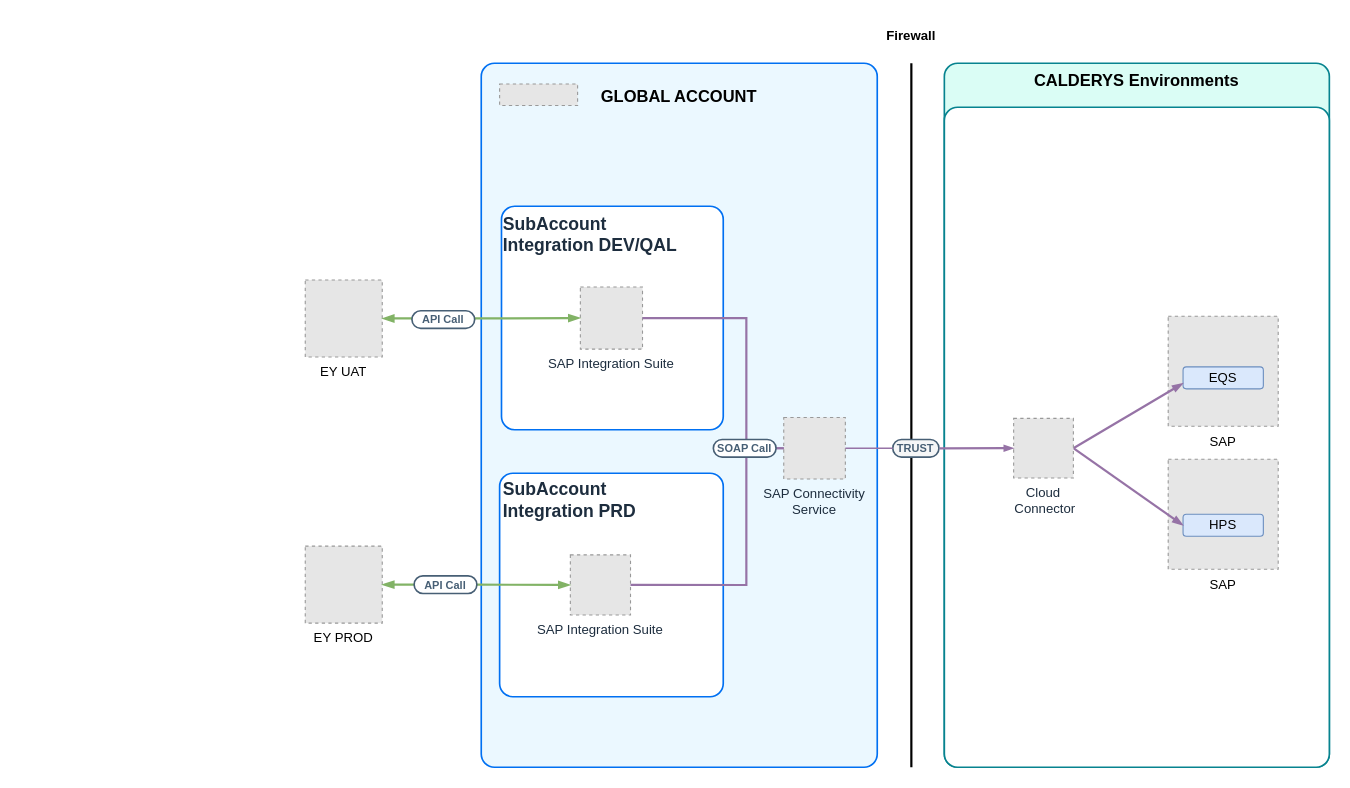
Above: TEMPLATE.drawio in MikaPaP/BTP_ArchiIS (draw.io), before the change. Source tidied: cells renumbered, new cells numbered last; positions are measured from the earlier drawing's top-left corner, leaving out a move shared by most shapes. Both pictures are drawn from the tidied source at 110%, with x=0, y=0 at pixel (305, 19). Pictures stored in the file or linked from it are replaced by grey dashed boxes.
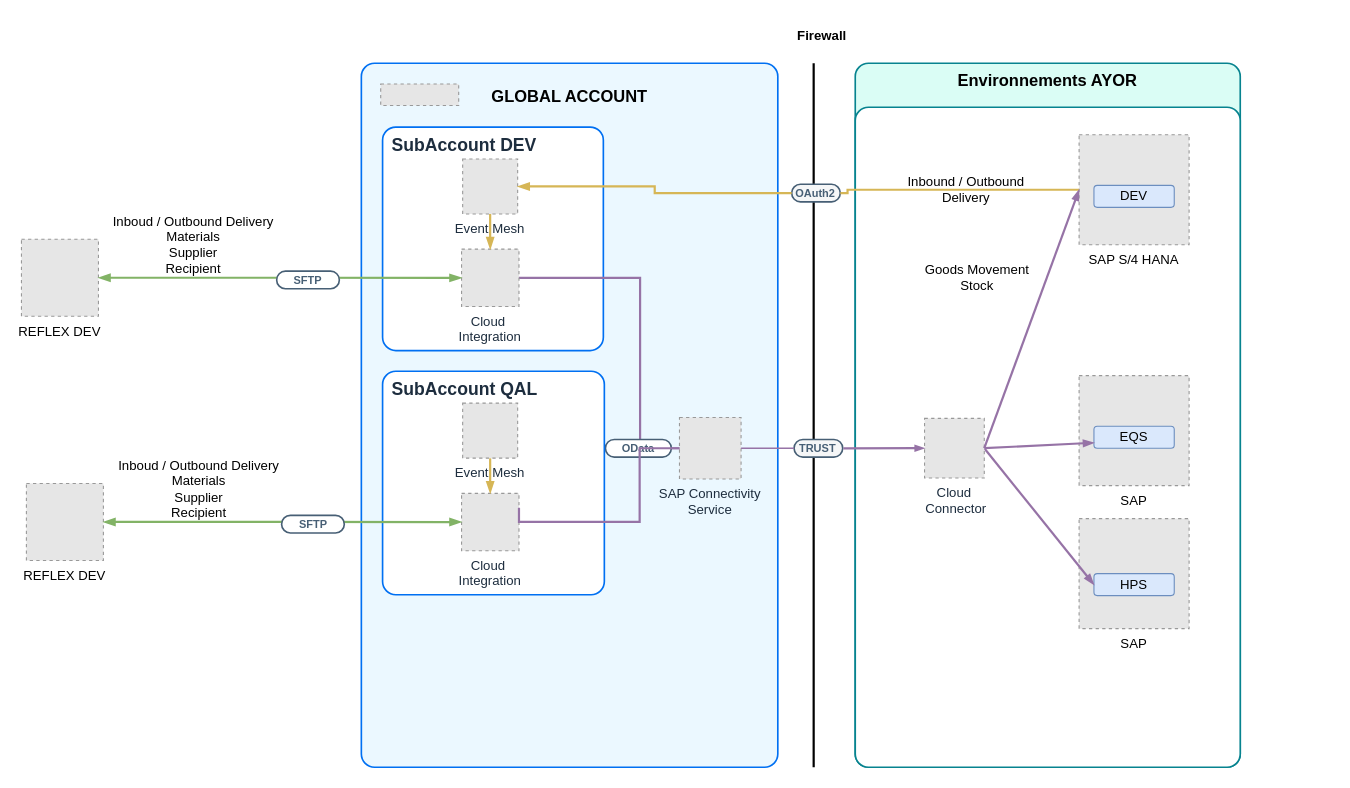
Above is the later version.

The edit, as a diff of the source:
```diff
@@
-    <mxCell id="2" value="CALDERYS Environments" style="rounded=1;whiteSpace=wrap;html=1;strokeColor=#07838f;fillColor=#dafdf5;arcSize=24;absoluteArcSize=1;imageWidth=64;imageHeight=64;strokeWidth=1.5;verticalAlign=top;fontSize=15;fontStyle=1;" parent="1" vertex="1">
-      <mxGeometry x="581" y="40" width="350" height="640" as="geometry" />
-    </mxCell>
-    <mxCell id="3" style="rounded=1;whiteSpace=wrap;html=1;strokeColor=#07838f;fillColor=#FFFFFF;arcSize=24;absoluteArcSize=1;imageWidth=64;imageHeight=64;strokeWidth=1.5;" parent="1" vertex="1">
-      <mxGeometry x="581" y="80" width="350" height="600" as="geometry" />
-    </mxCell>
-    <mxCell id="4" value="EY UAT" style="fillColor=#E6E6E6;strokeColor=#999999;dashed=1;verticalLabelPosition=bottom;verticalAlign=top;" parent="1" vertex="1">
-      <mxGeometry y="237" width="70" height="70" as="geometry" />
-    </mxCell>
-    <mxCell id="5" value="EY PROD" style="fillColor=#E6E6E6;strokeColor=#999999;dashed=1;verticalLabelPosition=bottom;verticalAlign=top;" parent="1" vertex="1">
-      <mxGeometry y="479" width="70" height="70" as="geometry" />
-    </mxCell>
-    <mxCell id="6" value="SAP" style="fillColor=#E6E6E6;strokeColor=#999999;dashed=1;verticalLabelPosition=bottom;verticalAlign=top;" parent="1" vertex="1">
-      <mxGeometry x="784.5" y="270" width="100" height="100" as="geometry" />
-    </mxCell>
-    <mxCell id="7" value="EQS" style="rounded=1;whiteSpace=wrap;html=1;fillColor=#dae8fc;strokeColor=#6c8ebf;" parent="1" vertex="1">
-      <mxGeometry x="798" y="316" width="73" height="20" as="geometry" />
-    </mxCell>
-    <mxCell id="8" value="SAP" style="fillColor=#E6E6E6;strokeColor=#999999;dashed=1;verticalLabelPosition=bottom;verticalAlign=top;" parent="1" vertex="1">
-      <mxGeometry x="784.5" y="400" width="100" height="100" as="geometry" />
-    </mxCell>
-    <mxCell id="9" value="HPS" style="rounded=1;whiteSpace=wrap;html=1;fillColor=#dae8fc;strokeColor=#6c8ebf;" parent="1" vertex="1">
-      <mxGeometry x="798" y="450" width="73" height="20" as="geometry" />
-    </mxCell>
     <mxCell id="10" style="group;arcSize=24;" parent="1" vertex="1">
-      <mxGeometry x="160" y="40" width="543" height="640" as="geometry" />
+      <mxGeometry x="51" y="40" width="571" height="640" as="geometry" />
     </mxCell>
     <mxCell id="11" value="&lt;p style=&quot;line-height: 100%; font-size: 15px;&quot;&gt;&lt;/p&gt;&lt;h1 style=&quot;font-size: 15px;&quot;&gt;&lt;b style=&quot;font-size: 15px;&quot;&gt;GLOBAL ACCOUNT&lt;/b&gt;&lt;/h1&gt;&lt;p style=&quot;font-size: 15px;&quot;&gt;&lt;/p&gt;" style="rounded=1;whiteSpace=wrap;html=1;strokeColor=#0070F2;fillColor=#EBF8FF;arcSize=24;absoluteArcSize=1;imageWidth=64;imageHeight=64;strokeWidth=1.5;verticalAlign=top;fontSize=15;" parent="10" vertex="1">
-      <mxGeometry width="360" height="640" as="geometry" />
+      <mxGeometry width="378.6" height="640" as="geometry" />
     </mxCell>
+    <mxCell id="15" value="&lt;font face=&quot;arial&quot; style=&quot;color: rgb(29, 45, 62); text-wrap-mode: nowrap; font-size: 16px;&quot;&gt;&lt;b&gt;SubAccount DEV&lt;/b&gt;&lt;/font&gt;" style="rounded=1;whiteSpace=wrap;html=1;strokeColor=#0070F2;strokeWidth=1.5;arcSize=24;fillColor=#FFFFFF;perimeterSpacing=0;absoluteArcSize=1;verticalAlign=top;align=left;spacingTop=0;spacingLeft=7;" parent="10" vertex="1">
+      <mxGeometry x="19.3" y="58" width="200.7" height="203.2" as="geometry" />
+    </mxCell>
     <mxCell id="12" style="fillColor=#E6E6E6;strokeColor=#999999;dashed=1;verticalLabelPosition=bottom;labelBackgroundColor=default;verticalAlign=top;" parent="10" vertex="1">
-      <mxGeometry x="16.7" y="18.8" width="70.9" height="19.6" as="geometry" />
+      <mxGeometry x="17.6" y="18.8" width="70.9" height="19.6" as="geometry" />
     </mxCell>
-    <mxCell id="13" style="rounded=1;whiteSpace=wrap;html=1;strokeColor=#0070F2;strokeWidth=1.5;arcSize=24;fillColor=#FFFFFF;perimeterSpacing=0;absoluteArcSize=1;" parent="10" vertex="1">
-      <mxGeometry x="16.7" y="372.7" width="203.3" height="203.2" as="geometry" />
-    </mxCell>
-    <mxCell id="14" value="&lt;font face=&quot;arial&quot; style=&quot;font-size: 16px;&quot;&gt;&lt;b style=&quot;font-size: 16px;&quot;&gt;SubAccount&lt;/b&gt;&lt;/font&gt;&lt;div&gt;&lt;font face=&quot;arial&quot; style=&quot;font-size: 16px;&quot;&gt;&lt;b style=&quot;font-size: 16px;&quot;&gt;Integration PRD&lt;/b&gt;&lt;/font&gt;&lt;/div&gt;" style="text;html=1;align=left;verticalAlign=middle;strokeColor=none;fillColor=none;fontSize=12;fontColor=#1d2d3e;fontFamily=Helvetica;" parent="10" vertex="1">
-      <mxGeometry x="18" y="372.1" width="140" height="50" as="geometry" />
-    </mxCell>
-    <mxCell id="15" value="&lt;font face=&quot;arial&quot; style=&quot;color: rgb(29, 45, 62); text-wrap-mode: nowrap; font-size: 16px;&quot;&gt;&lt;b&gt;SubAccount&lt;/b&gt;&lt;/font&gt;&lt;div style=&quot;color: rgb(29, 45, 62); text-wrap-mode: nowrap;&quot;&gt;&lt;font face=&quot;arial&quot; style=&quot;font-size: 16px;&quot;&gt;&lt;b&gt;Integration DEV/QAL&lt;/b&gt;&lt;/font&gt;&lt;/div&gt;" style="rounded=1;whiteSpace=wrap;html=1;strokeColor=#0070F2;strokeWidth=1.5;arcSize=24;fillColor=#FFFFFF;perimeterSpacing=0;absoluteArcSize=1;verticalAlign=top;align=left;" parent="10" vertex="1">
-      <mxGeometry x="18.4" y="130" width="201.6" height="203.2" as="geometry" />
-    </mxCell>
-    <mxCell id="16" value="SAP Integration Suite" style="fillColor=#E6E6E6;strokeColor=#999999;dashed=1;verticalLabelPosition=bottom;verticalAlign=top;fontStyle=0;fontSize=12;fontColor=#1D2D3E;" parent="10" vertex="1">
-      <mxGeometry x="81" y="446.9" width="54.7" height="54.7" as="geometry" />
-    </mxCell>
-    <mxCell id="17" value="SAP Integration Suite" style="fillColor=#E6E6E6;strokeColor=#999999;dashed=1;verticalLabelPosition=bottom;verticalAlign=top;fontStyle=0;fontSize=12;fontColor=#1D2D3E;" parent="10" vertex="1">
-      <mxGeometry x="90.1" y="203.4" width="56.5" height="56.5" as="geometry" />
-    </mxCell>
     <mxCell id="18" value="SAP Connectivity&#10;Service" style="fillColor=#E6E6E6;strokeColor=#999999;dashed=1;verticalLabelPosition=bottom;verticalAlign=top;fontStyle=0;fontSize=12;fontColor=#1D2D3E;" parent="10" vertex="1">
-      <mxGeometry x="275" y="322" width="56" height="56" as="geometry" />
+      <mxGeometry x="289.2" y="322" width="56" height="56" as="geometry" />
     </mxCell>
     <mxCell id="19" style="edgeStyle=none;orthogonalLoop=1;jettySize=auto;html=1;rounded=0;endArrow=none;endFill=0;strokeWidth=2;" parent="10" edge="1">
       <mxGeometry relative="1" as="geometry">
-        <mxPoint x="391" as="sourcePoint" />
-        <mxPoint x="391" y="640" as="targetPoint" />
+        <mxPoint x="411.2" as="sourcePoint" />
+        <mxPoint x="411.2" y="640" as="targetPoint" />
       </mxGeometry>
     </mxCell>
     <mxCell id="20" value="&lt;p style=&quot;line-height: 114%;&quot;&gt;&lt;font color=&quot;#475f75&quot; size=&quot;1&quot;&gt;&lt;b style=&quot;&quot;&gt;TRUST&lt;/b&gt;&lt;/font&gt;&lt;/p&gt;" style="rounded=1;whiteSpace=wrap;html=1;arcSize=50;strokeColor=#475f75;fillColor=#f5f6f7;fontColor=#266f3a;strokeWidth=1.5;" parent="10" vertex="1">
-      <mxGeometry x="374.1" y="342" width="42" height="16" as="geometry" />
+      <mxGeometry x="393.4" y="342" width="44.2" height="16" as="geometry" />
     </mxCell>
@@
-    <mxCell id="22" style="edgeStyle=orthogonalEdgeStyle;rounded=0;jettySize=auto;html=1;exitX=1;exitY=0.5;exitDx=0;exitDy=0;exitPerimeter=0;entryX=0;entryY=0.5;entryDx=0;entryDy=0;entryPerimeter=0;strokeColor=#9673a6;strokeWidth=2;endArrow=none;endFill=0;fillColor=#e1d5e7;" parent="10" edge="1" source="17" target="18">
+    <mxCell id="22" style="edgeStyle=orthogonalEdgeStyle;rounded=0;jettySize=auto;html=1;entryX=0;entryY=0.5;entryDx=0;entryDy=0;entryPerimeter=0;strokeColor=#9673a6;strokeWidth=2;endArrow=none;endFill=0;fillColor=#e1d5e7;exitX=1;exitY=0.5;exitDx=0;exitDy=0;exitPerimeter=0;" parent="10" edge="1" source="34" target="18">
       <mxGeometry relative="1" as="geometry">
         <Array as="points">
-          <mxPoint x="241" y="232" />
-          <mxPoint x="241" y="350" />
+          <mxPoint x="253.4" y="195" />
+          <mxPoint x="253.4" y="350" />
         </Array>
       </mxGeometry>
     </mxCell>
-    <mxCell id="23" style="edgeStyle=orthogonalEdgeStyle;rounded=0;jettySize=auto;html=1;exitX=1;exitY=0.5;exitDx=0;exitDy=0;exitPerimeter=0;entryX=0;entryY=0.5;entryDx=0;entryDy=0;entryPerimeter=0;strokeColor=#9673a6;strokeWidth=2;endArrow=none;endFill=0;fillColor=#e1d5e7;" parent="10" edge="1" source="16" target="18">
-      <mxGeometry relative="1" as="geometry">
-        <Array as="points">
-          <mxPoint x="241" y="474" />
-          <mxPoint x="241" y="350" />
-        </Array>
-      </mxGeometry>
-    </mxCell>
-    <mxCell id="24" value="&lt;font color=&quot;#475f75&quot; size=&quot;1&quot;&gt;&lt;b style=&quot;&quot;&gt;SOAP Call&lt;/b&gt;&lt;/font&gt;" style="rounded=1;whiteSpace=wrap;html=1;arcSize=50;strokeColor=#475f75;fillColor=default;strokeWidth=1.5;" parent="10" vertex="1">
-      <mxGeometry x="211" y="342" width="57" height="16" as="geometry" />
+    <mxCell id="24" value="&lt;font color=&quot;#475f75&quot; size=&quot;1&quot;&gt;&lt;b style=&quot;&quot;&gt;OData&lt;/b&gt;&lt;/font&gt;" style="rounded=1;whiteSpace=wrap;html=1;arcSize=50;strokeColor=#475f75;fillColor=default;strokeWidth=1.5;" parent="10" vertex="1">
+      <mxGeometry x="221.9" y="342" width="59.9" height="16" as="geometry" />
     </mxCell>
+    <mxCell id="34" value="Cloud &#10;Integration" style="fillColor=#E6E6E6;strokeColor=#999999;dashed=1;verticalLabelPosition=bottom;verticalAlign=top;fontStyle=0;fontSize=12;fontColor=#1D2D3E;" parent="10" vertex="1">
+      <mxGeometry x="91.1" y="169" width="52.2" height="52.2" as="geometry" />
+    </mxCell>
+    <mxCell id="35" style="edgeStyle=orthogonalEdgeStyle;rounded=0;jettySize=auto;html=1;fillColor=#fff2cc;strokeColor=#d6b656;strokeWidth=2;endArrow=blockThin;endFill=1;" parent="10" edge="1" source="36" target="34">
+      <mxGeometry relative="1" as="geometry" />
+    </mxCell>
+    <mxCell id="36" value="Event Mesh" style="fillColor=#E6E6E6;strokeColor=#999999;dashed=1;verticalLabelPosition=bottom;verticalAlign=top;fontStyle=0;fontSize=12;fontColor=#1D2D3E;" parent="10" vertex="1">
+      <mxGeometry x="92.1" y="87" width="50" height="50" as="geometry" />
+    </mxCell>
+    <mxCell id="37" value="&lt;p style=&quot;line-height: 114%;&quot;&gt;&lt;font color=&quot;#475f75&quot; size=&quot;1&quot;&gt;&lt;b style=&quot;&quot;&gt;OAuth2&lt;/b&gt;&lt;/font&gt;&lt;/p&gt;" style="rounded=1;whiteSpace=wrap;html=1;arcSize=50;strokeColor=#475f75;fillColor=#f5f6f7;fontColor=#266f3a;strokeWidth=1.5;" parent="10" vertex="1">
+      <mxGeometry x="391.2" y="110" width="44.2" height="16" as="geometry" />
+    </mxCell>
+    <mxCell id="38" style="edgeStyle=orthogonalEdgeStyle;rounded=0;jettySize=auto;html=1;exitX=0;exitY=0.5;exitDx=0;exitDy=0;entryX=1;entryY=0.5;entryDx=0;entryDy=0;entryPerimeter=0;fillColor=#fff2cc;strokeColor=#d6b656;strokeWidth=2;endArrow=blockThin;endFill=1;" parent="10" edge="1" source="37" target="36">
+      <mxGeometry relative="1" as="geometry" />
+    </mxCell>
+    <mxCell id="39" value="&lt;font face=&quot;arial&quot; style=&quot;color: rgb(29, 45, 62); text-wrap-mode: nowrap; font-size: 16px;&quot;&gt;&lt;b&gt;SubAccount QAL&lt;/b&gt;&lt;/font&gt;" style="rounded=1;whiteSpace=wrap;html=1;strokeColor=#0070F2;strokeWidth=1.5;arcSize=24;fillColor=#FFFFFF;perimeterSpacing=0;absoluteArcSize=1;verticalAlign=top;align=left;spacingTop=0;spacingLeft=7;" parent="10" vertex="1">
+      <mxGeometry x="19.3" y="280" width="201.6" height="203.2" as="geometry" />
+    </mxCell>
+    <mxCell id="2" value="Environnements AYOR" style="rounded=1;whiteSpace=wrap;html=1;strokeColor=#07838f;fillColor=#dafdf5;arcSize=24;absoluteArcSize=1;imageWidth=64;imageHeight=64;strokeWidth=1.5;verticalAlign=top;fontSize=15;fontStyle=1;" parent="1" vertex="1">
+      <mxGeometry x="500" y="40" width="350" height="640" as="geometry" />
+    </mxCell>
+    <mxCell id="3" style="rounded=1;whiteSpace=wrap;html=1;strokeColor=#07838f;fillColor=#FFFFFF;arcSize=24;absoluteArcSize=1;imageWidth=64;imageHeight=64;strokeWidth=1.5;" parent="1" vertex="1">
+      <mxGeometry x="500" y="80" width="350" height="600" as="geometry" />
+    </mxCell>
+    <mxCell id="4" value="REFLEX DEV" style="fillColor=#E6E6E6;strokeColor=#999999;dashed=1;verticalLabelPosition=bottom;verticalAlign=top;" parent="1" vertex="1">
+      <mxGeometry x="-258" y="200" width="70" height="70" as="geometry" />
+    </mxCell>
+    <mxCell id="6" value="SAP" style="fillColor=#E6E6E6;strokeColor=#999999;dashed=1;verticalLabelPosition=bottom;verticalAlign=top;" parent="1" vertex="1">
+      <mxGeometry x="703.5" y="324" width="100" height="100" as="geometry" />
+    </mxCell>
+    <mxCell id="7" value="EQS" style="rounded=1;whiteSpace=wrap;html=1;fillColor=#dae8fc;strokeColor=#6c8ebf;" parent="1" vertex="1">
+      <mxGeometry x="717" y="370" width="73" height="20" as="geometry" />
+    </mxCell>
+    <mxCell id="8" value="SAP" style="fillColor=#E6E6E6;strokeColor=#999999;dashed=1;verticalLabelPosition=bottom;verticalAlign=top;" parent="1" vertex="1">
+      <mxGeometry x="703.5" y="454" width="100" height="100" as="geometry" />
+    </mxCell>
+    <mxCell id="9" value="HPS" style="rounded=1;whiteSpace=wrap;html=1;fillColor=#dae8fc;strokeColor=#6c8ebf;" parent="1" vertex="1">
+      <mxGeometry x="717" y="504" width="73" height="20" as="geometry" />
+    </mxCell>
@@
     <mxCell id="27" value="Firewall" style="text;strokeColor=none;align=center;fillColor=none;html=1;verticalAlign=middle;whiteSpace=wrap;rounded=0;fontStyle=1;" parent="1" vertex="1">
-      <mxGeometry x="521" width="60" height="30" as="geometry" />
+      <mxGeometry x="440" width="60" height="30" as="geometry" />
     </mxCell>
     <mxCell id="28" value="Cloud&#10; Connector" style="fillColor=#E6E6E6;strokeColor=#999999;dashed=1;verticalLabelPosition=bottom;verticalAlign=top;fontStyle=0;fontSize=12;fontColor=#1D2D3E;" parent="1" vertex="1">
-      <mxGeometry x="644" y="362.8" width="54.3" height="54.3" as="geometry" />
+      <mxGeometry x="563" y="362.8" width="54.3" height="54.3" as="geometry" />
     </mxCell>
@@
-    <mxCell id="30" style="edgeStyle=orthogonalEdgeStyle;rounded=0;jettySize=auto;html=1;exitX=1;exitY=0.5;exitDx=0;exitDy=0;entryX=0;entryY=0.5;entryDx=0;entryDy=0;entryPerimeter=0;strokeWidth=2;endArrow=blockThin;endFill=1;strokeColor=#82b366;startArrow=blockThin;startFill=1;fillColor=#d5e8d4;" parent="1" edge="1" source="4" target="17">
+    <mxCell id="30" style="edgeStyle=orthogonalEdgeStyle;rounded=0;jettySize=auto;html=1;exitX=1;exitY=0.5;exitDx=0;exitDy=0;entryX=0;entryY=0.5;entryDx=0;entryDy=0;entryPerimeter=0;strokeWidth=2;endArrow=blockThin;endFill=1;strokeColor=#82b366;startArrow=blockThin;startFill=1;fillColor=#d5e8d4;" parent="1" edge="1" source="4" target="34">
       <mxGeometry relative="1" as="geometry" />
     </mxCell>
-    <mxCell id="31" style="edgeStyle=orthogonalEdgeStyle;rounded=0;jettySize=auto;html=1;exitX=1;exitY=0.5;exitDx=0;exitDy=0;entryX=0;entryY=0.5;entryDx=0;entryDy=0;entryPerimeter=0;strokeWidth=2;strokeColor=#82b366;endArrow=blockThin;endFill=1;startArrow=blockThin;startFill=1;fillColor=#d5e8d4;" parent="1" edge="1" source="5" target="16">
-      <mxGeometry relative="1" as="geometry" />
-    </mxCell>
-    <mxCell id="32" value="&lt;font color=&quot;#475f75&quot; size=&quot;1&quot;&gt;&lt;b style=&quot;&quot;&gt;API Call&lt;/b&gt;&lt;/font&gt;" style="rounded=1;whiteSpace=wrap;html=1;arcSize=50;strokeColor=#475f75;fillColor=default;strokeWidth=1.5;" parent="1" vertex="1">
-      <mxGeometry x="97" y="265" width="57" height="16" as="geometry" />
+    <mxCell id="32" value="&lt;font color=&quot;#475f75&quot; size=&quot;1&quot;&gt;&lt;b style=&quot;&quot;&gt;SFTP&lt;/b&gt;&lt;/font&gt;" style="rounded=1;whiteSpace=wrap;html=1;arcSize=50;strokeColor=#475f75;fillColor=default;strokeWidth=1.5;" parent="1" vertex="1">
+      <mxGeometry x="-26" y="229" width="57" height="16" as="geometry" />
     </mxCell>
-    <mxCell id="33" value="&lt;font color=&quot;#475f75&quot; size=&quot;1&quot;&gt;&lt;b style=&quot;&quot;&gt;API Call&lt;/b&gt;&lt;/font&gt;" style="rounded=1;whiteSpace=wrap;html=1;arcSize=50;strokeColor=#475f75;fillColor=default;strokeWidth=1.5;" parent="1" vertex="1">
-      <mxGeometry x="99" y="506" width="57" height="16" as="geometry" />
-    </mxCell>
+    <mxCell id="40" value="SAP S/4 HANA" style="fillColor=#E6E6E6;strokeColor=#999999;dashed=1;verticalLabelPosition=bottom;verticalAlign=top;" parent="1" vertex="1">
+      <mxGeometry x="703.5" y="105" width="100" height="100" as="geometry" />
+    </mxCell>
+    <mxCell id="41" value="DEV" style="rounded=1;whiteSpace=wrap;html=1;fillColor=#dae8fc;strokeColor=#6c8ebf;" parent="1" vertex="1">
+      <mxGeometry x="717" y="151" width="73" height="20" as="geometry" />
+    </mxCell>
+    <mxCell id="42" style="edgeStyle=orthogonalEdgeStyle;rounded=0;jettySize=auto;html=1;exitX=0;exitY=0.5;exitDx=0;exitDy=0;entryX=1;entryY=0.5;entryDx=0;entryDy=0;fillColor=#fff2cc;strokeColor=#d6b656;strokeWidth=2;endArrow=none;endFill=0;" parent="1" edge="1" source="40" target="37">
+      <mxGeometry relative="1" as="geometry">
+        <Array as="points">
+          <mxPoint x="493" y="155" />
+        </Array>
+      </mxGeometry>
+    </mxCell>
+    <mxCell id="43" style="edgeStyle=none;rounded=0;jettySize=auto;html=1;fontColor=#BFBFBF;fontSize=13;strokeColor=#9673a6;endSize=5;strokeWidth=2;endArrow=blockThin;endFill=1;exitX=1;exitY=0.5;exitDx=0;exitDy=0;entryX=0;entryY=0.5;entryDx=0;entryDy=0;flowAnimation=0;fillColor=#e1d5e7;" parent="1" edge="1" source="28" target="40">
+      <mxGeometry relative="1" as="geometry" />
+    </mxCell>
+    <mxCell id="44" value="Inbound / Outbound Delivery" style="text;html=1;align=center;verticalAlign=middle;whiteSpace=wrap;rounded=0;" parent="1" vertex="1">
+      <mxGeometry x="541" y="140" width="120" height="30" as="geometry" />
+    </mxCell>
+    <mxCell id="45" value="Inboud / Outbound Delivery&lt;div&gt;Materials&lt;/div&gt;&lt;div&gt;Supplier&lt;/div&gt;&lt;div&gt;Recipient&lt;/div&gt;" style="text;html=1;align=center;verticalAlign=middle;whiteSpace=wrap;rounded=0;" parent="1" vertex="1">
+      <mxGeometry x="-179" y="180" width="155" height="49" as="geometry" />
+    </mxCell>
+    <mxCell id="46" value="Goods Movement&lt;div&gt;Stock&lt;/div&gt;" style="text;html=1;align=center;verticalAlign=middle;whiteSpace=wrap;rounded=0;" parent="1" vertex="1">
+      <mxGeometry x="551" y="220.1" width="120" height="30" as="geometry" />
+    </mxCell>
+    <mxCell id="47" value="Cloud &#10;Integration" style="fillColor=#E6E6E6;strokeColor=#999999;dashed=1;verticalLabelPosition=bottom;verticalAlign=top;fontStyle=0;fontSize=12;fontColor=#1D2D3E;" parent="1" vertex="1">
+      <mxGeometry x="142.1" y="431" width="52.2" height="52.2" as="geometry" />
+    </mxCell>
+    <mxCell id="48" style="edgeStyle=orthogonalEdgeStyle;rounded=0;jettySize=auto;html=1;fillColor=#fff2cc;strokeColor=#d6b656;strokeWidth=2;endArrow=blockThin;endFill=1;" parent="1" edge="1" source="49" target="47">
+      <mxGeometry relative="1" as="geometry" />
+    </mxCell>
+    <mxCell id="49" value="Event Mesh" style="fillColor=#E6E6E6;strokeColor=#999999;dashed=1;verticalLabelPosition=bottom;verticalAlign=top;fontStyle=0;fontSize=12;fontColor=#1D2D3E;" parent="1" vertex="1">
+      <mxGeometry x="143.1" y="349" width="50" height="50" as="geometry" />
+    </mxCell>
+    <mxCell id="50" value="REFLEX DEV" style="fillColor=#E6E6E6;strokeColor=#999999;dashed=1;verticalLabelPosition=bottom;verticalAlign=top;" parent="1" vertex="1">
+      <mxGeometry x="-253.5" y="422" width="70" height="70" as="geometry" />
+    </mxCell>
+    <mxCell id="51" style="edgeStyle=orthogonalEdgeStyle;rounded=0;jettySize=auto;html=1;exitX=1;exitY=0.5;exitDx=0;exitDy=0;entryX=0;entryY=0.5;entryDx=0;entryDy=0;entryPerimeter=0;strokeWidth=2;endArrow=blockThin;endFill=1;strokeColor=#82b366;startArrow=blockThin;startFill=1;fillColor=#d5e8d4;" parent="1" edge="1" source="50" target="47">
+      <mxGeometry relative="1" as="geometry" />
+    </mxCell>
+    <mxCell id="52" value="&lt;font color=&quot;#475f75&quot; size=&quot;1&quot;&gt;&lt;b style=&quot;&quot;&gt;SFTP&lt;/b&gt;&lt;/font&gt;" style="rounded=1;whiteSpace=wrap;html=1;arcSize=50;strokeColor=#475f75;fillColor=default;strokeWidth=1.5;" parent="1" vertex="1">
+      <mxGeometry x="-21.5" y="451" width="57" height="16" as="geometry" />
+    </mxCell>
+    <mxCell id="53" value="Inboud / Outbound Delivery&lt;div&gt;Materials&lt;/div&gt;&lt;div&gt;Supplier&lt;/div&gt;&lt;div&gt;Recipient&lt;/div&gt;" style="text;html=1;align=center;verticalAlign=middle;whiteSpace=wrap;rounded=0;" parent="1" vertex="1">
+      <mxGeometry x="-174.5" y="402" width="155" height="49" as="geometry" />
+    </mxCell>
+    <mxCell id="23" style="edgeStyle=orthogonalEdgeStyle;rounded=0;jettySize=auto;html=1;exitX=1;exitY=0.25;exitDx=0;exitDy=0;exitPerimeter=0;entryX=0;entryY=0.5;entryDx=0;entryDy=0;entryPerimeter=0;strokeColor=#9673a6;strokeWidth=2;endArrow=none;endFill=0;fillColor=#e1d5e7;" parent="1" edge="1" source="47" target="18">
+      <mxGeometry relative="1" as="geometry">
+        <Array as="points">
+          <mxPoint x="194" y="457" />
+          <mxPoint x="304" y="457" />
+          <mxPoint x="304" y="390" />
+        </Array>
+      </mxGeometry>
+    </mxCell>
```
